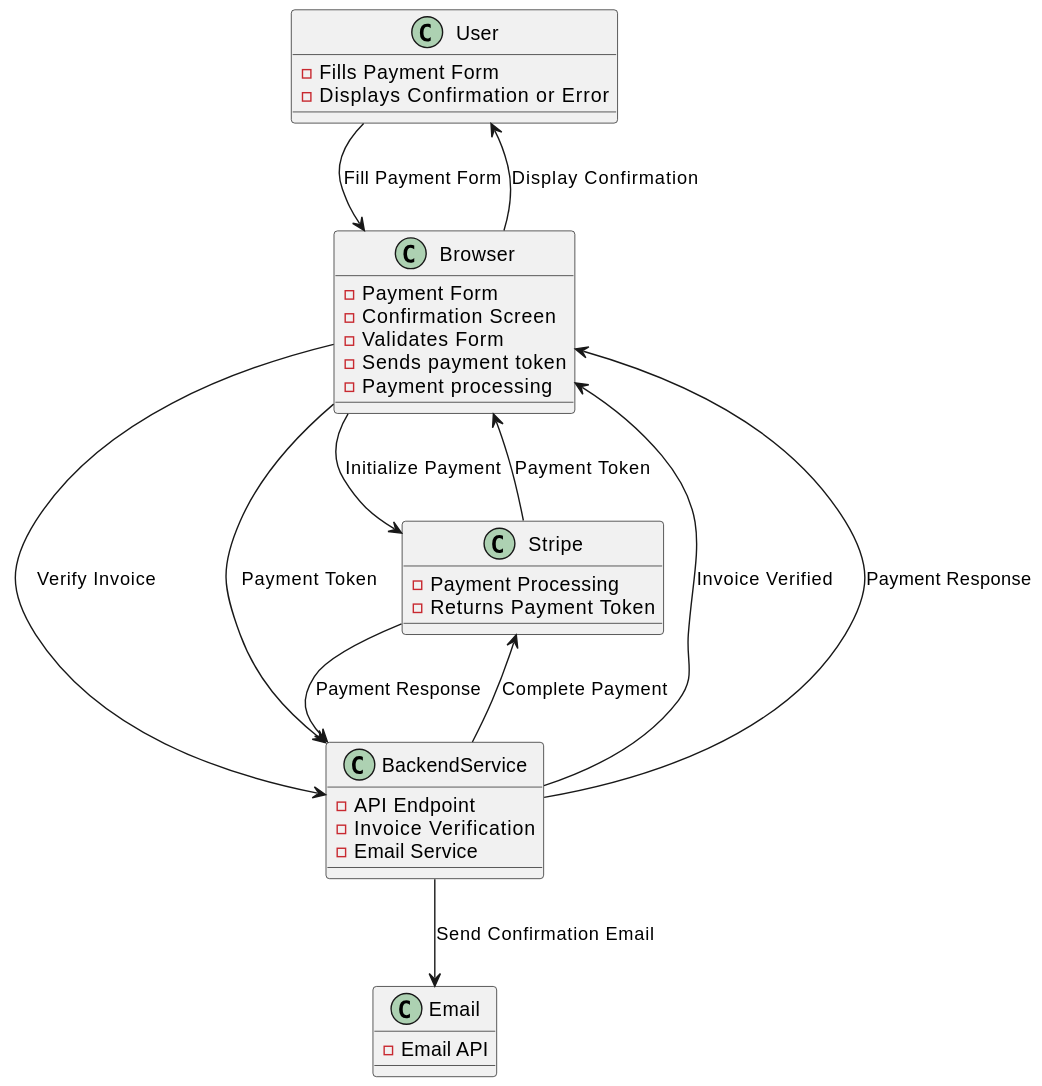
Above: docs/browser-data-flow.svg in PaulWheatcroft/payment (PlantUML), before the change.
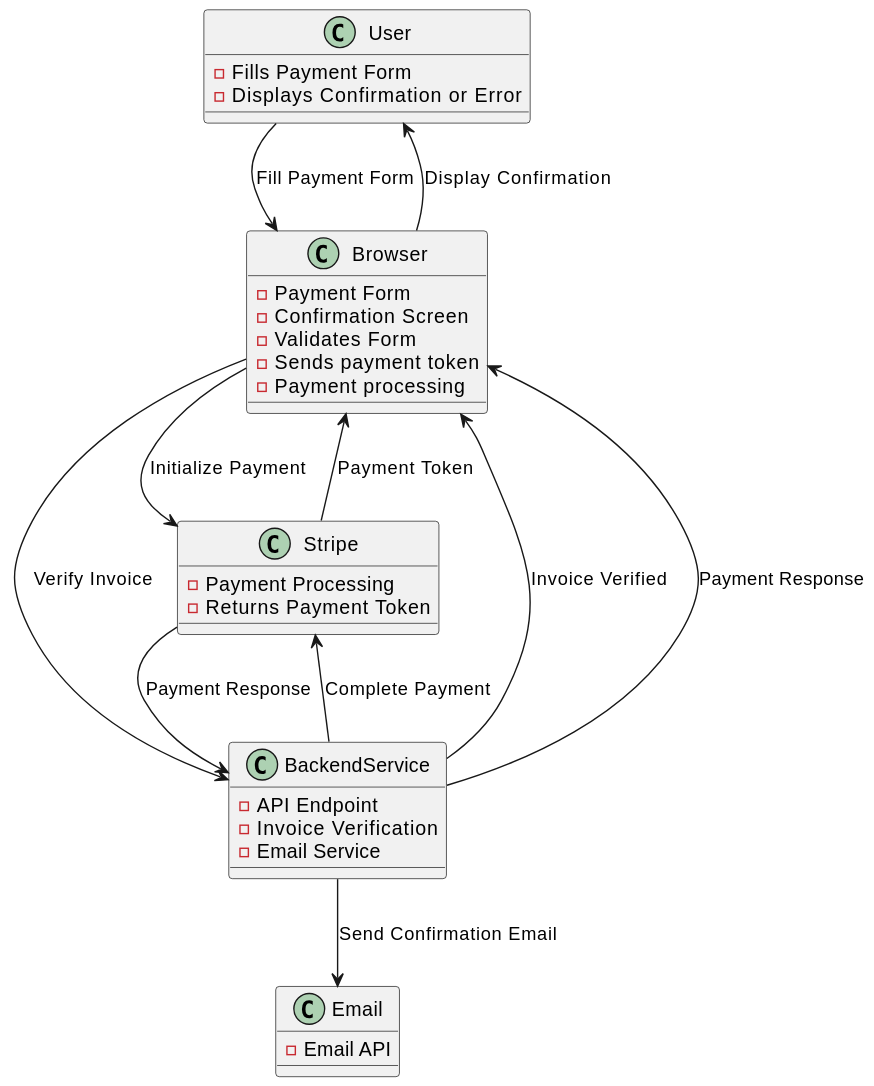
The same file after the commit.

Commit message:
data flow

What changed in the source:
```diff
@@ -34,7 +34,6 @@
 BackendService --> Browser : Invoice Verified
 Browser --> Stripe : Initialize Payment
 Stripe --> Browser : Payment Token
-Browser --> BackendService : Payment Token
 BackendService --> Stripe : Complete Payment
 Stripe --> BackendService : Payment Response
 BackendService --> Browser : Payment Response
```
